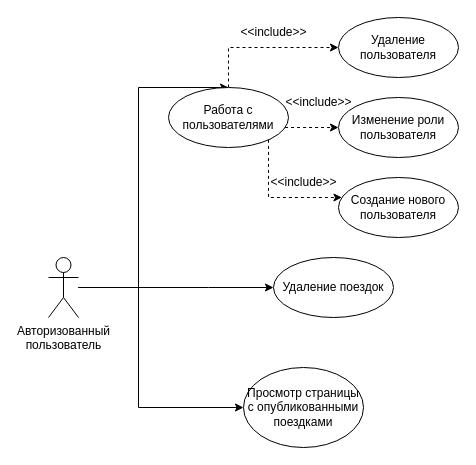
Before: documentation/диаграммы/use case со стороны администратора.drawio in egoistique/TravelWithFriends, a draw.io diagram. Source tidied: cells renumbered, new cells numbered last; positions are measured from the earlier drawing's top-left corner, leaving out a move shared by most shapes. Both pictures are drawn from the tidied source at 100%, with x=0, y=0 at pixel (48, 17).
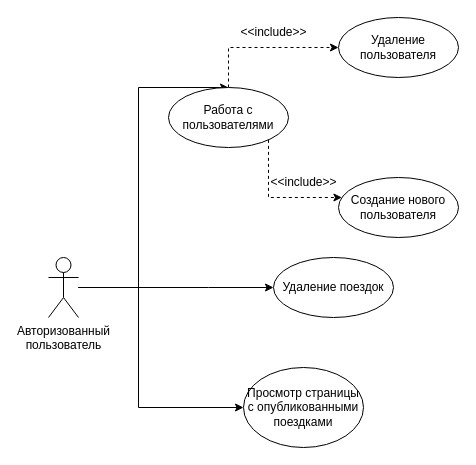
The same diagram, later.

The change refers to these unchanged cells:
```xml
<mxCell id="9" value="Работа с пользователями" style="ellipse;whiteSpace=wrap;html=1;" parent="1" vertex="1">
  <mxGeometry x="120" y="70" width="120" height="60" as="geometry" />
</mxCell>
```

Diff of the diagram source:
```diff
@@
-    <mxCell id="7" style="edgeStyle=orthogonalEdgeStyle;rounded=0;jettySize=auto;html=1;dashed=1;" parent="1" edge="1" source="9" target="13">
-      <mxGeometry relative="1" as="geometry">
-        <Array as="points">
-          <mxPoint x="260" y="110" />
-          <mxPoint x="260" y="110" />
-        </Array>
-      </mxGeometry>
-    </mxCell>
@@
-    <mxCell id="13" value="Изменение роли пользователя" style="ellipse;whiteSpace=wrap;html=1;" parent="1" vertex="1">
-      <mxGeometry x="290" y="80" width="120" height="60" as="geometry" />
-    </mxCell>
@@
-    <mxCell id="16" value="&amp;lt;&amp;lt;include&amp;gt;&amp;gt;" style="text;html=1;align=center;verticalAlign=middle;strokeColor=none;fillColor=none;" parent="1" vertex="1">
-      <mxGeometry x="225" y="70" width="90" height="30" as="geometry" />
-    </mxCell>
```
